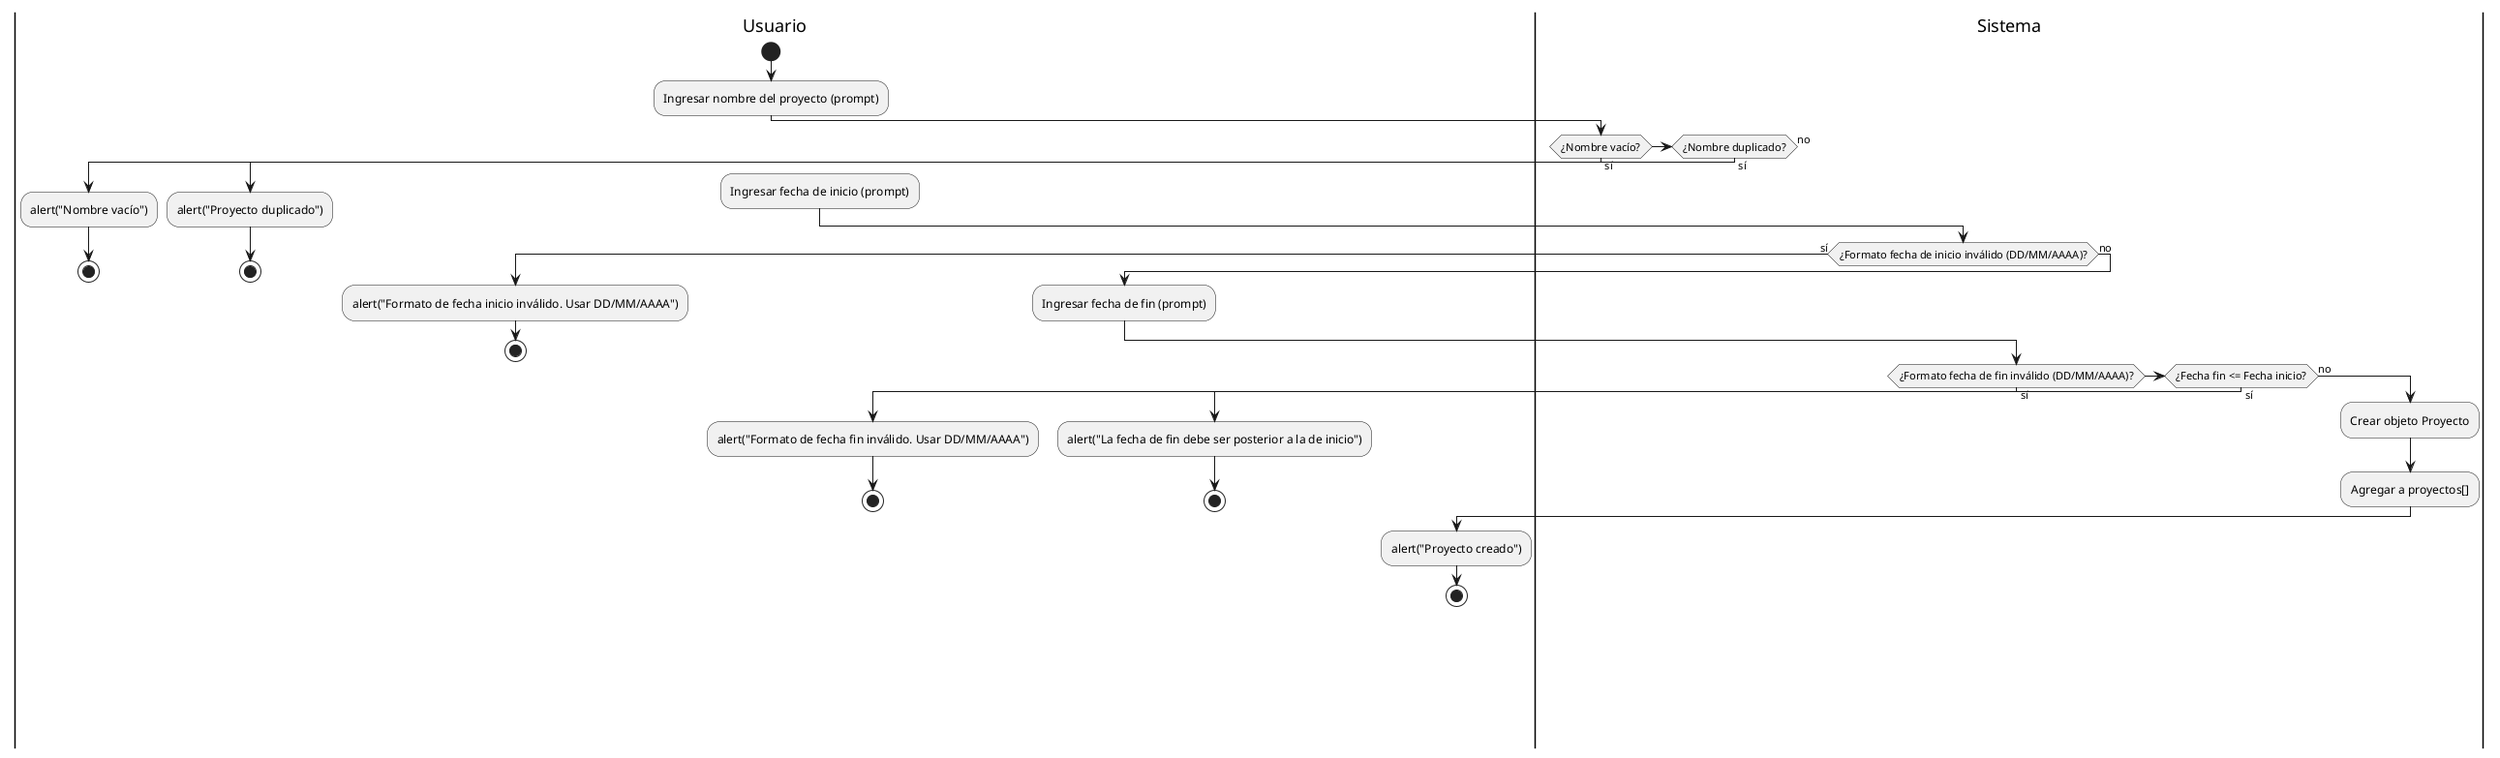
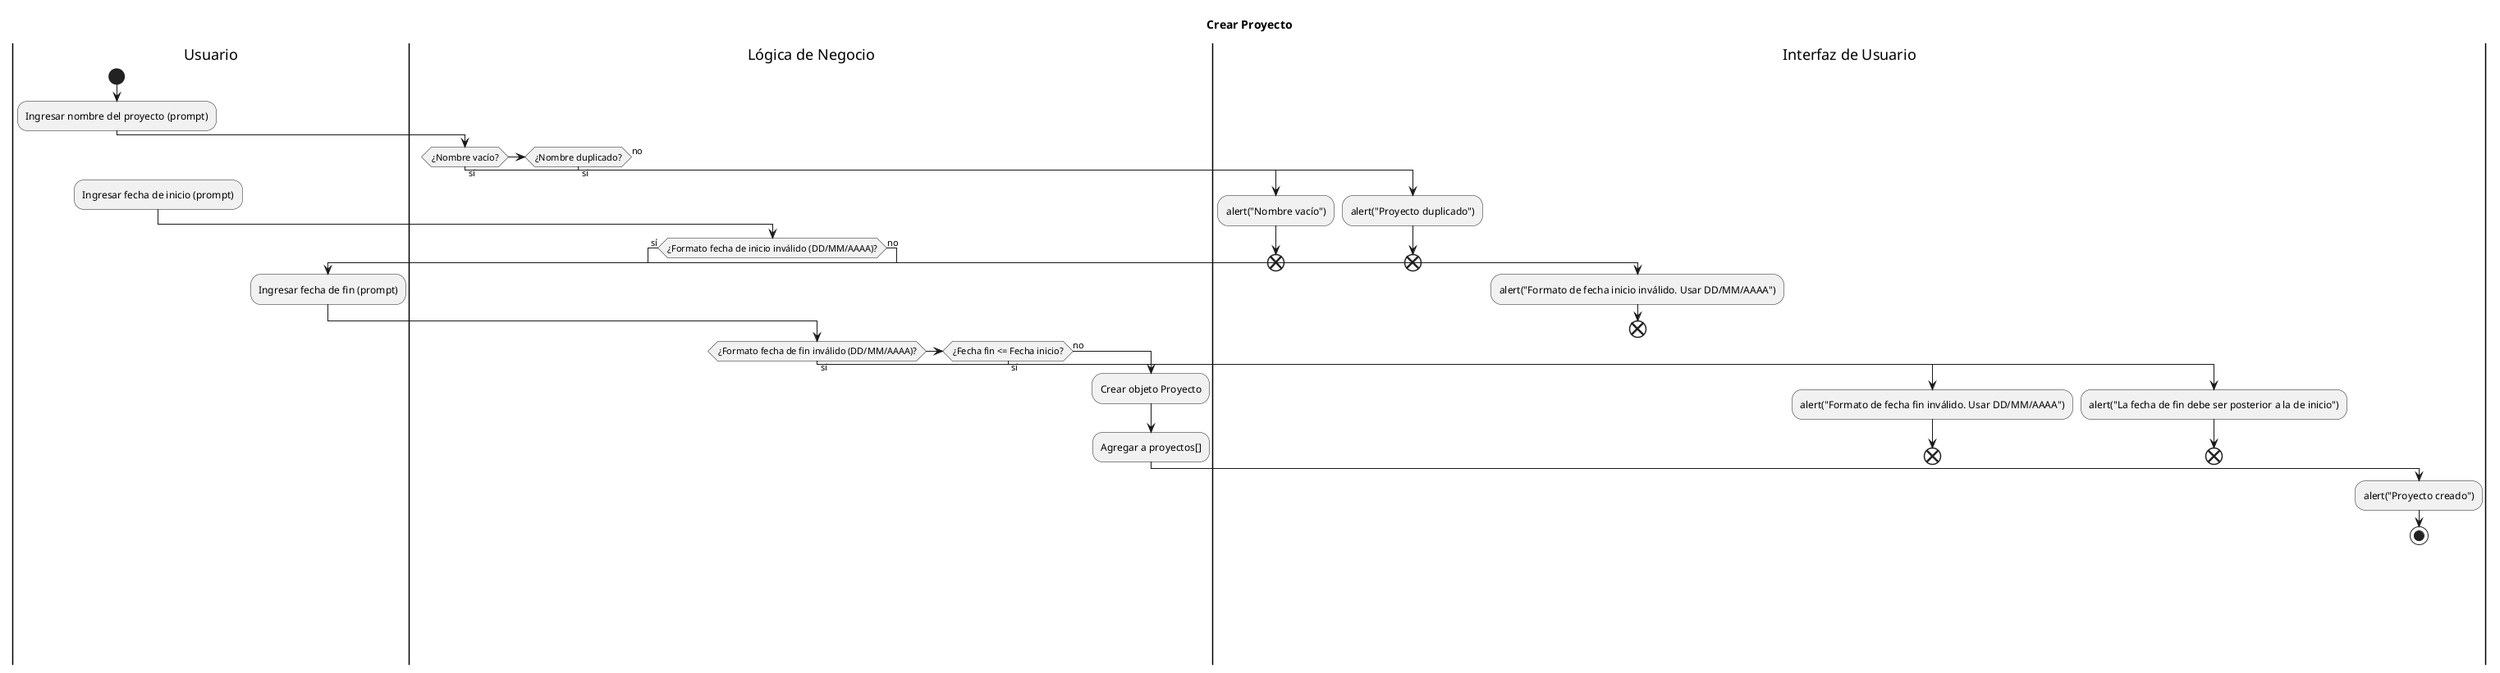
@startuml actividad-flujo-1-crear-proyecto
+ title Crear Proyecto
|Usuario|
start
:Ingresar nombre del proyecto (prompt);

- |Sistema|
+ |Lógica de Negocio|
if (¿Nombre vacío?) then (sí)
-   |Usuario|
+   |Interfaz de Usuario|
  :alert("Nombre vacío");
-   stop
+   end
elseif (¿Nombre duplicado?) then (sí)
-   |Usuario|
+   |Interfaz de Usuario|
  :alert("Proyecto duplicado");
-   stop
+   end
else (no)
  |Usuario|
  :Ingresar fecha de inicio (prompt);
-   |Sistema|
+   |Lógica de Negocio|
  if (¿Formato fecha de inicio inválido (DD/MM/AAAA)?) then (sí)
-     |Usuario|
+     |Interfaz de Usuario|
    :alert("Formato de fecha inicio inválido. Usar DD/MM/AAAA");
-     stop
+     end
  else (no)
    |Usuario|
    :Ingresar fecha de fin (prompt);
-     |Sistema|
+     |Lógica de Negocio|
    if (¿Formato fecha de fin inválido (DD/MM/AAAA)?) then (sí)
-       |Usuario|
+       |Interfaz de Usuario|
      :alert("Formato de fecha fin inválido. Usar DD/MM/AAAA");
-       stop
+       end
    elseif (¿Fecha fin <= Fecha inicio?) then (sí)
-       |Usuario|
+       |Interfaz de Usuario|
      :alert("La fecha de fin debe ser posterior a la de inicio");
-       stop
+       end
    else (no)
-       |Sistema|
+       |Lógica de Negocio|
      :Crear objeto Proyecto;
      :Agregar a proyectos[];
-       |Usuario|
+       |Interfaz de Usuario|
      :alert("Proyecto creado");
      stop
    endif
  endif
endif
@enduml